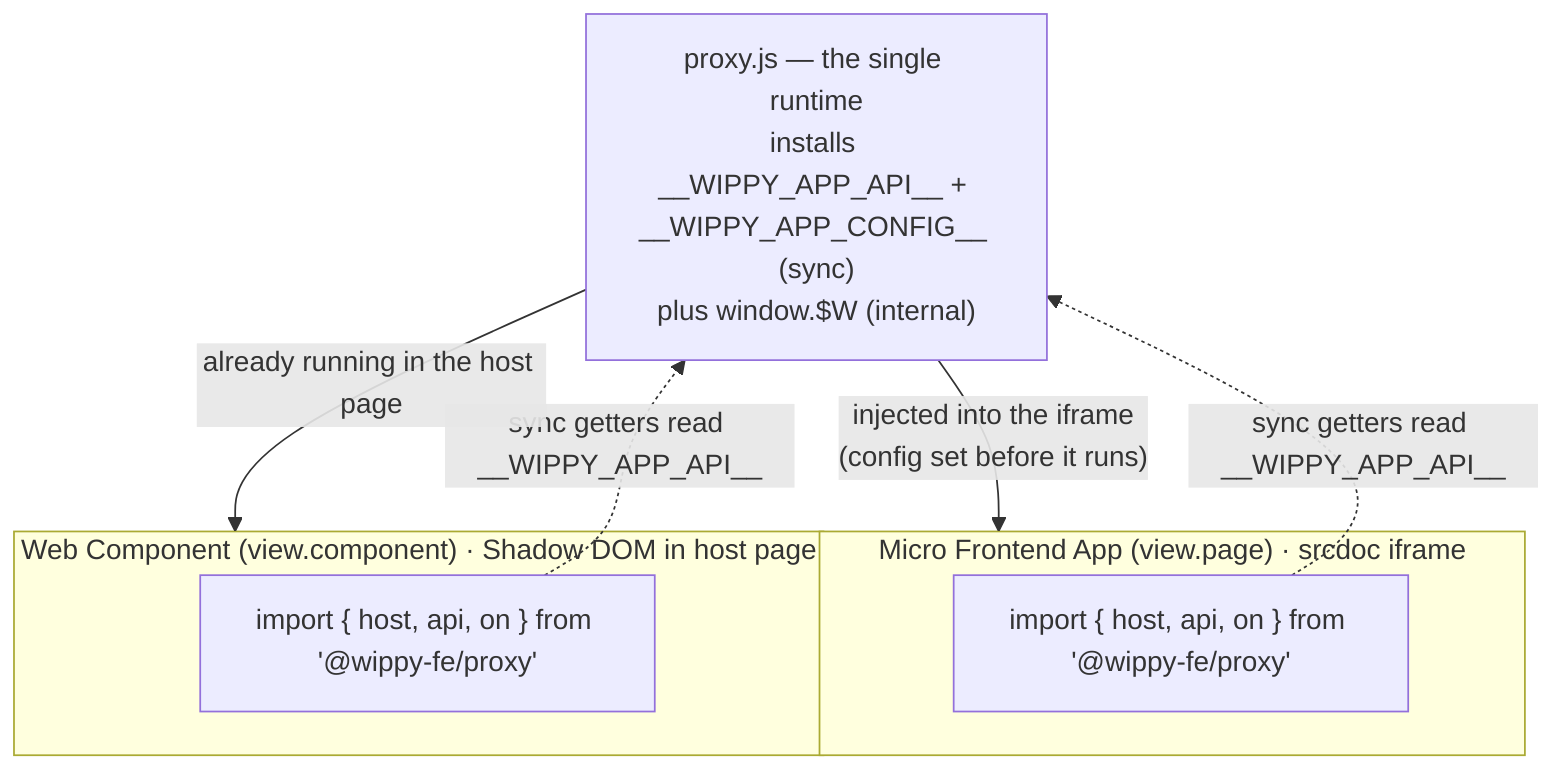
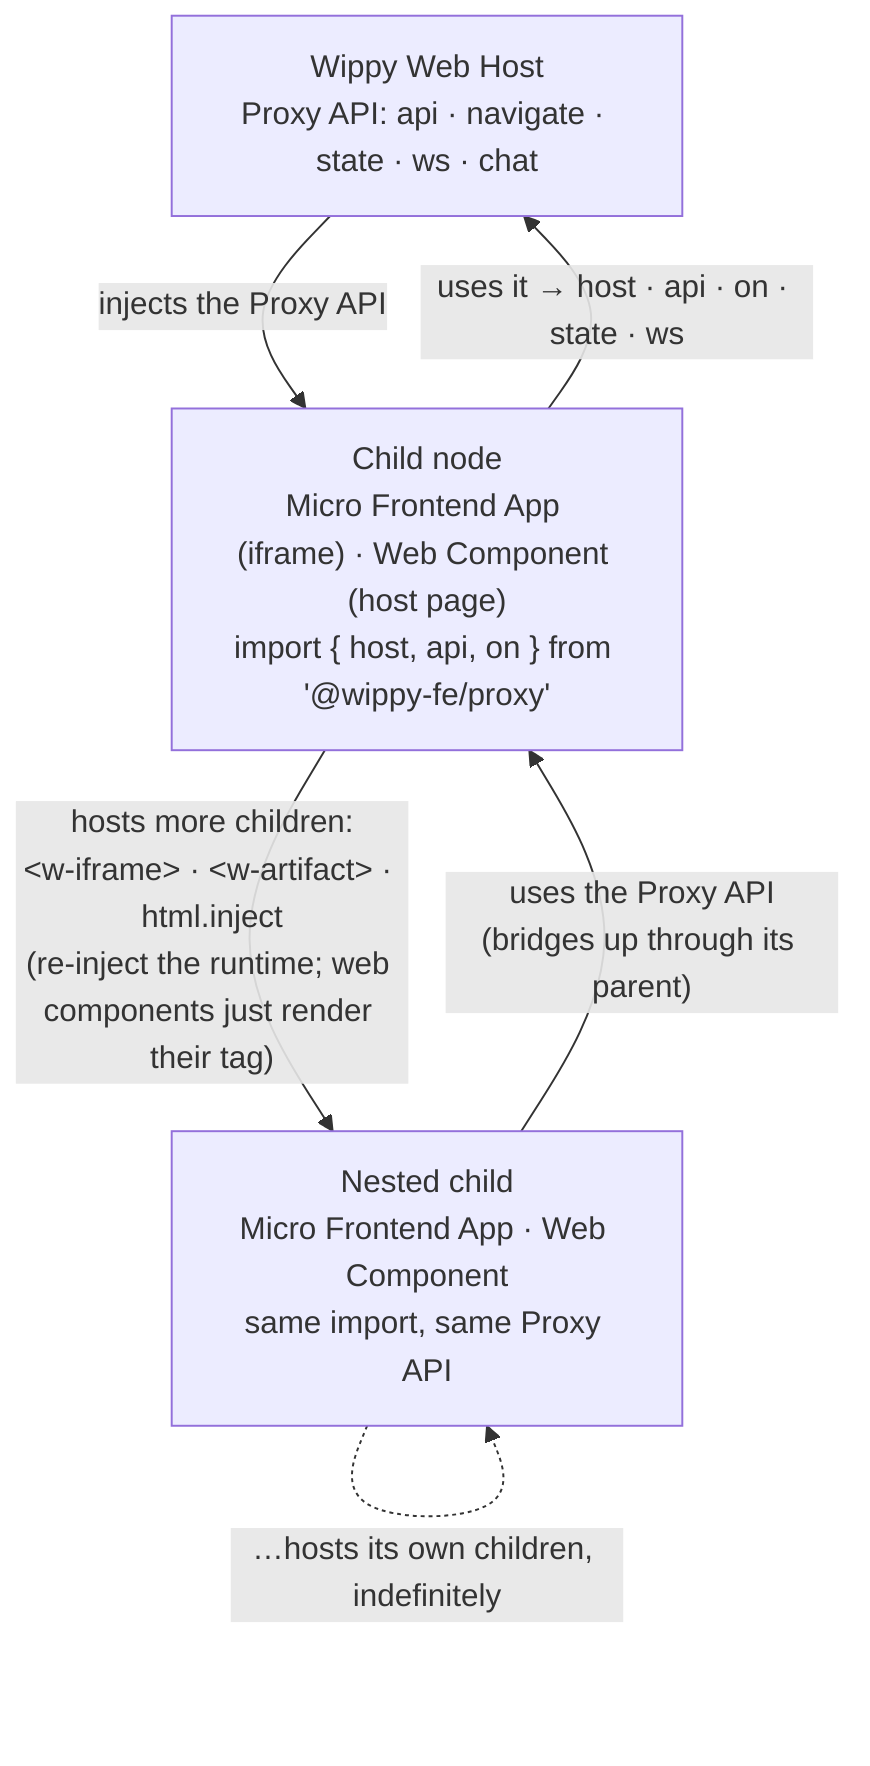
graph TB
-     Runtime["proxy.js — the single runtime\ninstalls __WIPPY_APP_API__ + __WIPPY_APP_CONFIG__ (sync)\nplus window.$W (internal)"]
+     Host["Wippy Web Host\nProxy API: api · navigate · state · ws · chat"]
+     Child["Child node\nMicro Frontend App (iframe) · Web Component (host page)\nimport { host, api, on } from '@wippy-fe/proxy'"]
+     Nested["Nested child\nMicro Frontend App · Web Component\nsame import, same Proxy API"]

-     subgraph App["Micro Frontend App (view.page) · srcdoc iframe"]
-         A["import { host, api, on } from '@wippy-fe/proxy'"]
-     end
- 
-     subgraph Comp["Web Component (view.component) · Shadow DOM in host page"]
-         C["import { host, api, on } from '@wippy-fe/proxy'"]
-     end
- 
-     Runtime -->|"injected into the iframe\n(config set before it runs)"| App
-     Runtime -->|"already running in the host page"| Comp
-     A -.->|"sync getters read __WIPPY_APP_API__"| Runtime
-     C -.->|"sync getters read __WIPPY_APP_API__"| Runtime
+     Host -->|"injects the Proxy API"| Child
+     Child -->|"uses it → host · api · on · state · ws"| Host
+     Child -->|"hosts more children:\n&lt;w-iframe&gt; · &lt;w-artifact&gt; · html.inject\n(re-inject the runtime; web components just render their tag)"| Nested
+     Nested -->|"uses the Proxy API\n(bridges up through its parent)"| Child
+     Nested -.->|"…hosts its own children, indefinitely"| Nested
